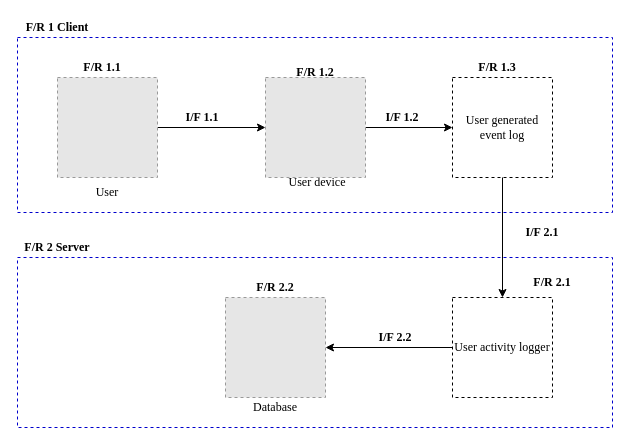
Above: img/Chapter2/SystemA_Architecture_Diagram/SystemA_Architecture_Diagram.drawio in CorrieScheepers/Masters (draw.io), before the change. Source tidied: cells renumbered, new cells numbered last; positions are measured from the earlier drawing's top-left corner, leaving out a move shared by most shapes. Both pictures are drawn from the tidied source at 100%, with x=0, y=0 at pixel (17, 17). Pictures stored in the file or linked from it are replaced by grey dashed boxes.
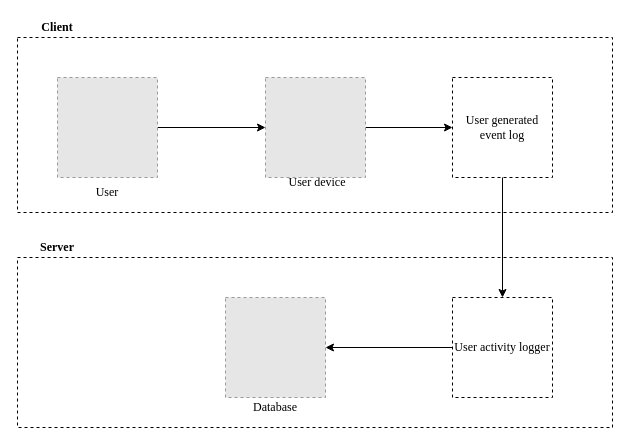
The same diagram, later.

The edit, as a diff of the source:
```diff
@@
-    <mxCell id="2" style="rounded=0;whiteSpace=wrap;html=1;dashed=1;strokeColor=#0000CC;fillColor=none;fontFamily=Times New Roman;" parent="1" vertex="1">
+    <mxCell id="2" style="rounded=0;whiteSpace=wrap;html=1;dashed=1;strokeColor=#000000;fillColor=none;fontFamily=Times New Roman;" parent="1" vertex="1">
       <mxGeometry y="240" width="595" height="170" as="geometry" />
     </mxCell>
-    <mxCell id="3" style="rounded=0;whiteSpace=wrap;html=1;dashed=1;fillColor=none;strokeColor=#0000CC;fontFamily=Times New Roman;" parent="1" vertex="1">
+    <mxCell id="3" style="rounded=0;whiteSpace=wrap;html=1;dashed=1;fillColor=none;strokeColor=#000000;fontFamily=Times New Roman;" parent="1" vertex="1">
       <mxGeometry y="20" width="595" height="175" as="geometry" />
     </mxCell>
@@
-    <mxCell id="10" value="&lt;b&gt;F/R 2 Server&lt;/b&gt;" style="text;html=1;strokeColor=none;fillColor=none;align=center;verticalAlign=middle;whiteSpace=wrap;rounded=0;dashed=1;fontFamily=Times New Roman;" parent="1" vertex="1">
+    <mxCell id="10" value="&lt;b&gt;Server&lt;/b&gt;" style="text;html=1;strokeColor=none;fillColor=none;align=center;verticalAlign=middle;whiteSpace=wrap;rounded=0;dashed=1;fontFamily=Times New Roman;" parent="1" vertex="1">
       <mxGeometry y="220" width="80" height="20" as="geometry" />
     </mxCell>
@@
-    <mxCell id="14" value="&lt;b&gt;F/R 1 Client&lt;/b&gt;" style="text;html=1;strokeColor=none;fillColor=none;align=center;verticalAlign=middle;whiteSpace=wrap;rounded=0;dashed=1;fontFamily=Times New Roman;" parent="1" vertex="1">
+    <mxCell id="14" value="&lt;b&gt;Client&lt;/b&gt;" style="text;html=1;strokeColor=none;fillColor=none;align=center;verticalAlign=middle;whiteSpace=wrap;rounded=0;dashed=1;fontFamily=Times New Roman;" parent="1" vertex="1">
       <mxGeometry width="80" height="20" as="geometry" />
     </mxCell>
-    <mxCell id="15" value="&lt;b&gt;F/R 1.1&lt;/b&gt;" style="text;html=1;strokeColor=none;fillColor=none;align=center;verticalAlign=middle;whiteSpace=wrap;rounded=0;dashed=1;fontFamily=Times New Roman;" parent="1" vertex="1">
-      <mxGeometry x="45" y="40" width="80" height="20" as="geometry" />
-    </mxCell>
-    <mxCell id="16" value="&lt;b&gt;F/R 1.2&lt;/b&gt;" style="text;html=1;strokeColor=none;fillColor=none;align=center;verticalAlign=middle;whiteSpace=wrap;rounded=0;dashed=1;fontFamily=Times New Roman;" parent="1" vertex="1">
-      <mxGeometry x="258" y="45" width="80" height="20" as="geometry" />
-    </mxCell>
-    <mxCell id="17" value="&lt;b&gt;F/R 2.1&lt;/b&gt;" style="text;html=1;strokeColor=none;fillColor=none;align=center;verticalAlign=middle;whiteSpace=wrap;rounded=0;dashed=1;fontFamily=Times New Roman;" parent="1" vertex="1">
-      <mxGeometry x="495" y="255" width="80" height="20" as="geometry" />
-    </mxCell>
-    <mxCell id="18" value="&lt;b&gt;F/R 1.3&lt;/b&gt;" style="text;html=1;strokeColor=none;fillColor=none;align=center;verticalAlign=middle;whiteSpace=wrap;rounded=0;dashed=1;fontFamily=Times New Roman;" parent="1" vertex="1">
-      <mxGeometry x="440" y="40" width="80" height="20" as="geometry" />
-    </mxCell>
-    <mxCell id="19" value="&lt;b&gt;F/R 2.2&lt;/b&gt;" style="text;html=1;strokeColor=none;fillColor=none;align=center;verticalAlign=middle;whiteSpace=wrap;rounded=0;dashed=1;fontFamily=Times New Roman;" parent="1" vertex="1">
-      <mxGeometry x="217.5" y="260" width="80" height="20" as="geometry" />
-    </mxCell>
-    <mxCell id="20" value="&lt;b&gt;I/F 1.1&lt;/b&gt;" style="text;html=1;strokeColor=none;fillColor=none;align=center;verticalAlign=middle;whiteSpace=wrap;rounded=0;dashed=1;fontFamily=Times New Roman;" parent="1" vertex="1">
-      <mxGeometry x="145" y="90" width="80" height="20" as="geometry" />
-    </mxCell>
-    <mxCell id="21" value="&lt;b&gt;I/F 1.2&lt;/b&gt;" style="text;html=1;strokeColor=none;fillColor=none;align=center;verticalAlign=middle;whiteSpace=wrap;rounded=0;dashed=1;fontFamily=Times New Roman;" parent="1" vertex="1">
-      <mxGeometry x="345" y="90" width="80" height="20" as="geometry" />
-    </mxCell>
@@
-    <mxCell id="25" value="&lt;b&gt;I/F 2.1&lt;/b&gt;" style="text;html=1;strokeColor=none;fillColor=none;align=center;verticalAlign=middle;whiteSpace=wrap;rounded=0;dashed=1;fontFamily=Times New Roman;" parent="1" vertex="1">
-      <mxGeometry x="485" y="205" width="80" height="20" as="geometry" />
-    </mxCell>
-    <mxCell id="26" value="&lt;b&gt;I/F 2.2&lt;/b&gt;" style="text;html=1;strokeColor=none;fillColor=none;align=center;verticalAlign=middle;whiteSpace=wrap;rounded=0;dashed=1;fontFamily=Times New Roman;" parent="1" vertex="1">
-      <mxGeometry x="338" y="310" width="80" height="20" as="geometry" />
-    </mxCell>
```
